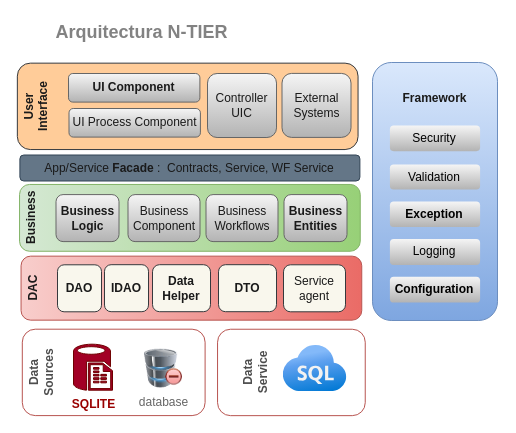
venuzBG/SOEcuaFauna2k24A keeps this draw.io diagram as desing/DiagramaArq.drawio. Above is the earlier version. Source tidied: cells renumbered, new cells numbered last; positions are measured from the earlier drawing's top-left corner, leaving out a move shared by most shapes. Both pictures are drawn from the tidied source at 100%, with x=0, y=0 at pixel (19, -64).
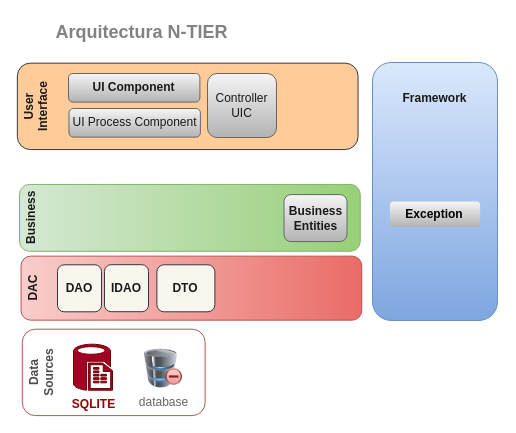
After the change.

What changed in the source:
```diff
@@
-    <mxCell id="5" value="&lt;font color=&quot;#1a1a1a&quot;&gt;&lt;b&gt;Data Helper&lt;/b&gt;&lt;br&gt;&lt;/font&gt;" style="rounded=1;whiteSpace=wrap;html=1;fillColor=#f9f7ed;strokeColor=#36393d;" parent="1" vertex="1">
-      <mxGeometry x="133" y="328.2" width="58" height="47" as="geometry" />
-    </mxCell>
-    <mxCell id="6" value="&lt;font color=&quot;#1a1a1a&quot;&gt;Service agent&lt;br&gt;&lt;/font&gt;" style="rounded=1;whiteSpace=wrap;html=1;fillColor=#f9f7ed;strokeColor=#36393d;" parent="1" vertex="1">
-      <mxGeometry x="264" y="328.3" width="62" height="47" as="geometry" />
-    </mxCell>
@@
-    <mxCell id="8" value="&lt;span style=&quot;&quot;&gt;&lt;font color=&quot;#000000&quot;&gt;Validation&lt;/font&gt;&lt;/span&gt;" style="rounded=1;whiteSpace=wrap;html=1;fillColor=#f5f5f5;strokeColor=none;gradientColor=#b3b3b3;" parent="1" vertex="1">
-      <mxGeometry x="370.4" y="228" width="90.2" height="25.1" as="geometry" />
-    </mxCell>
-    <mxCell id="9" value="&lt;span style=&quot;&quot;&gt;&lt;font color=&quot;#000000&quot;&gt;Security&lt;/font&gt;&lt;/span&gt;" style="rounded=1;whiteSpace=wrap;html=1;fillColor=#f5f5f5;strokeColor=none;gradientColor=#b3b3b3;" parent="1" vertex="1">
-      <mxGeometry x="370.4" y="189" width="90.2" height="25.7" as="geometry" />
-    </mxCell>
-    <mxCell id="10" value="&lt;span style=&quot;&quot;&gt;&lt;font color=&quot;#000000&quot;&gt;Logging&lt;/font&gt;&lt;/span&gt;" style="rounded=1;whiteSpace=wrap;html=1;fillColor=#f5f5f5;strokeColor=none;gradientColor=#b3b3b3;" parent="1" vertex="1">
-      <mxGeometry x="370.4" y="302.4" width="90.2" height="26" as="geometry" />
-    </mxCell>
@@
-    <mxCell id="12" value="&lt;div style=&quot;&quot;&gt;&lt;font color=&quot;#000000&quot;&gt;&lt;b&gt;Configuration&lt;/b&gt;&lt;/font&gt;&lt;/div&gt;" style="rounded=1;whiteSpace=wrap;html=1;fillColor=#f5f5f5;strokeColor=none;gradientColor=#b3b3b3;" parent="1" vertex="1">
-      <mxGeometry x="370.4" y="340.2" width="90.2" height="25.8" as="geometry" />
-    </mxCell>
@@
-    <mxCell id="14" value="&lt;span style=&quot;color: rgb(26, 26, 26);&quot;&gt;&lt;b&gt;Business Logic&lt;/b&gt;&lt;/span&gt;" style="rounded=1;whiteSpace=wrap;html=1;fillColor=#f5f5f5;strokeColor=#666666;gradientColor=#b3b3b3;" parent="1" vertex="1">
-      <mxGeometry x="36.5" y="258.1" width="63" height="47" as="geometry" />
-    </mxCell>
@@
-    <mxCell id="16" value="&lt;font color=&quot;#1a1a1a&quot;&gt;Business Component&lt;/font&gt;" style="rounded=1;whiteSpace=wrap;html=1;fillColor=#f5f5f5;strokeColor=#666666;gradientColor=#b3b3b3;" parent="1" vertex="1">
-      <mxGeometry x="108.5" y="258.1" width="72" height="47" as="geometry" />
-    </mxCell>
-    <mxCell id="17" value="&lt;font color=&quot;#1a1a1a&quot;&gt;Business Workflows&lt;/font&gt;" style="rounded=1;whiteSpace=wrap;html=1;fillColor=#f5f5f5;strokeColor=#666666;gradientColor=#b3b3b3;" parent="1" vertex="1">
-      <mxGeometry x="186.5" y="258.1" width="72" height="47" as="geometry" />
-    </mxCell>
-    <mxCell id="18" value="&lt;font color=&quot;#1a1a1a&quot;&gt;App/Service &lt;b&gt;Facade &lt;/b&gt;:&amp;nbsp; Contracts, Service, WF Service&lt;/font&gt;" style="rounded=1;whiteSpace=wrap;html=1;fillColor=#647687;strokeColor=#314354;fontColor=#ffffff;" parent="1" vertex="1">
-      <mxGeometry x="0.4" y="218.5" width="340" height="26" as="geometry" />
-    </mxCell>
@@
-    <mxCell id="20" value="&lt;b style=&quot;&quot;&gt;&lt;font color=&quot;#4d4d4d&quot;&gt;Data&lt;br&gt;Service&lt;br&gt;&lt;br&gt;&lt;br&gt;&lt;br&gt;&lt;br&gt;&lt;/font&gt;&lt;br&gt;&lt;/b&gt;" style="rounded=1;whiteSpace=wrap;html=1;fillColor=none;strokeColor=#b85450;rotation=-90;gradientColor=#ea6b66;" parent="1" vertex="1">
-      <mxGeometry x="228.7" y="362.1" width="86.4" height="147.7" as="geometry" />
-    </mxCell>
@@
-    <mxCell id="25" value="&lt;span style=&quot;color: rgb(26, 26, 26);&quot;&gt;External&lt;br&gt;Systems&lt;br&gt;&lt;/span&gt;" style="rounded=1;whiteSpace=wrap;html=1;fillColor=#f5f5f5;strokeColor=#666666;gradientColor=#b3b3b3;" parent="1" vertex="1">
-      <mxGeometry x="262.5" y="136.9" width="69" height="64" as="geometry" />
-    </mxCell>
@@
-    <mxCell id="28" style="html=1;align=center;image;fontSize=12;image=img/lib/azure2/databases/Azure_SQL.svg;strokeColor=default;fontColor=#FFFFFF;fillColor=none;" parent="1" vertex="1">
-      <mxGeometry x="263.5" y="409.1" width="64" height="46" as="geometry" />
-    </mxCell>
     <mxCell id="29" value="&lt;font color=&quot;#1a1a1a&quot;&gt;&lt;b&gt;DTO&lt;/b&gt;&lt;br&gt;&lt;/font&gt;" style="rounded=1;whiteSpace=wrap;html=1;fillColor=#f9f7ed;strokeColor=#36393d;" parent="1" vertex="1">
-      <mxGeometry x="199" y="328.2" width="58" height="47" as="geometry" />
+      <mxGeometry x="137.4" y="328.3" width="58" height="47" as="geometry" />
     </mxCell>
```
